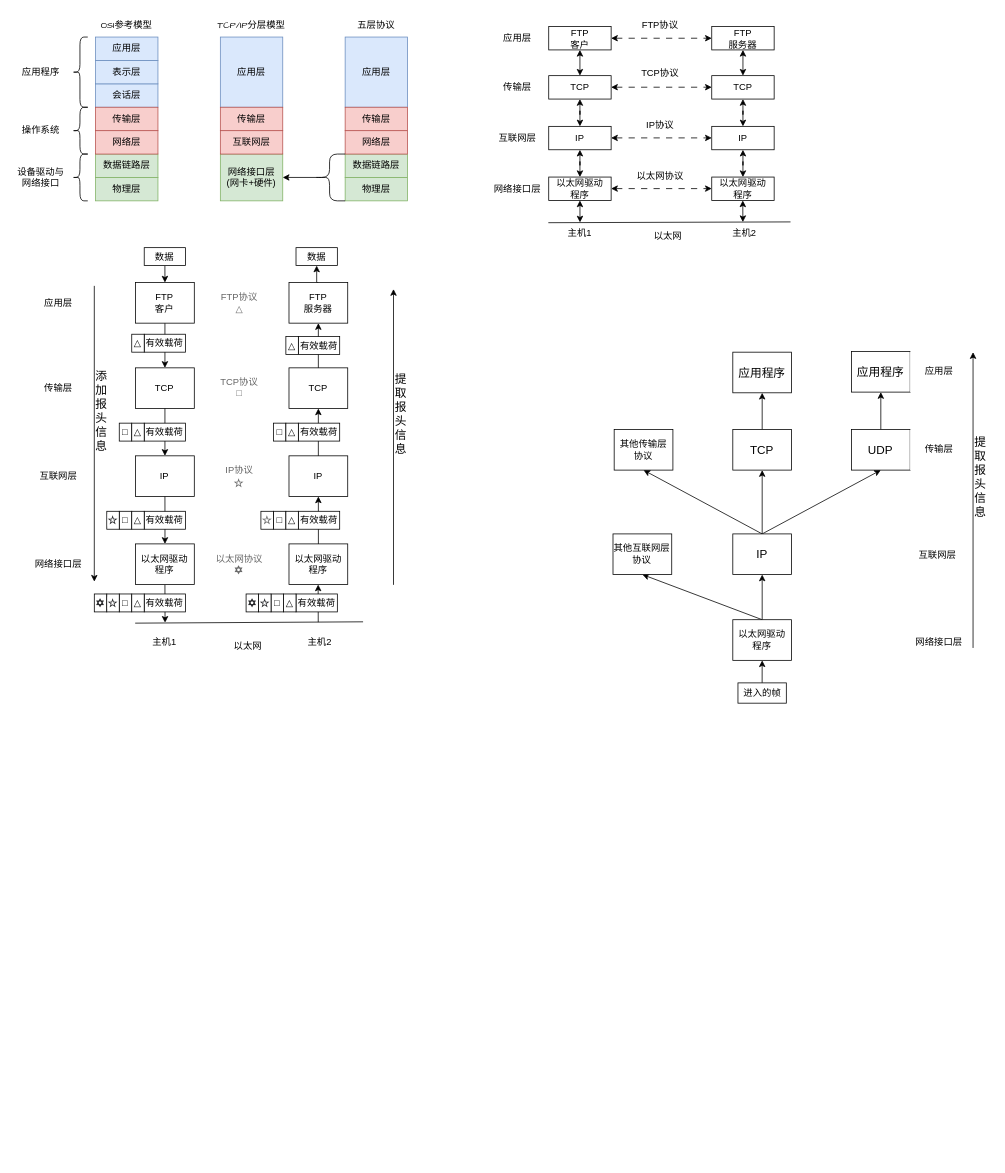
Above: 未命名绘图.drawio in xyshawy/IMG (draw.io), before the change. Source tidied: cells renumbered, new cells numbered last; positions are measured from the earlier drawing's top-left corner, leaving out a move shared by most shapes. Both pictures are drawn from the tidied source at 78%, with x=0, y=0 at pixel (13, 13).
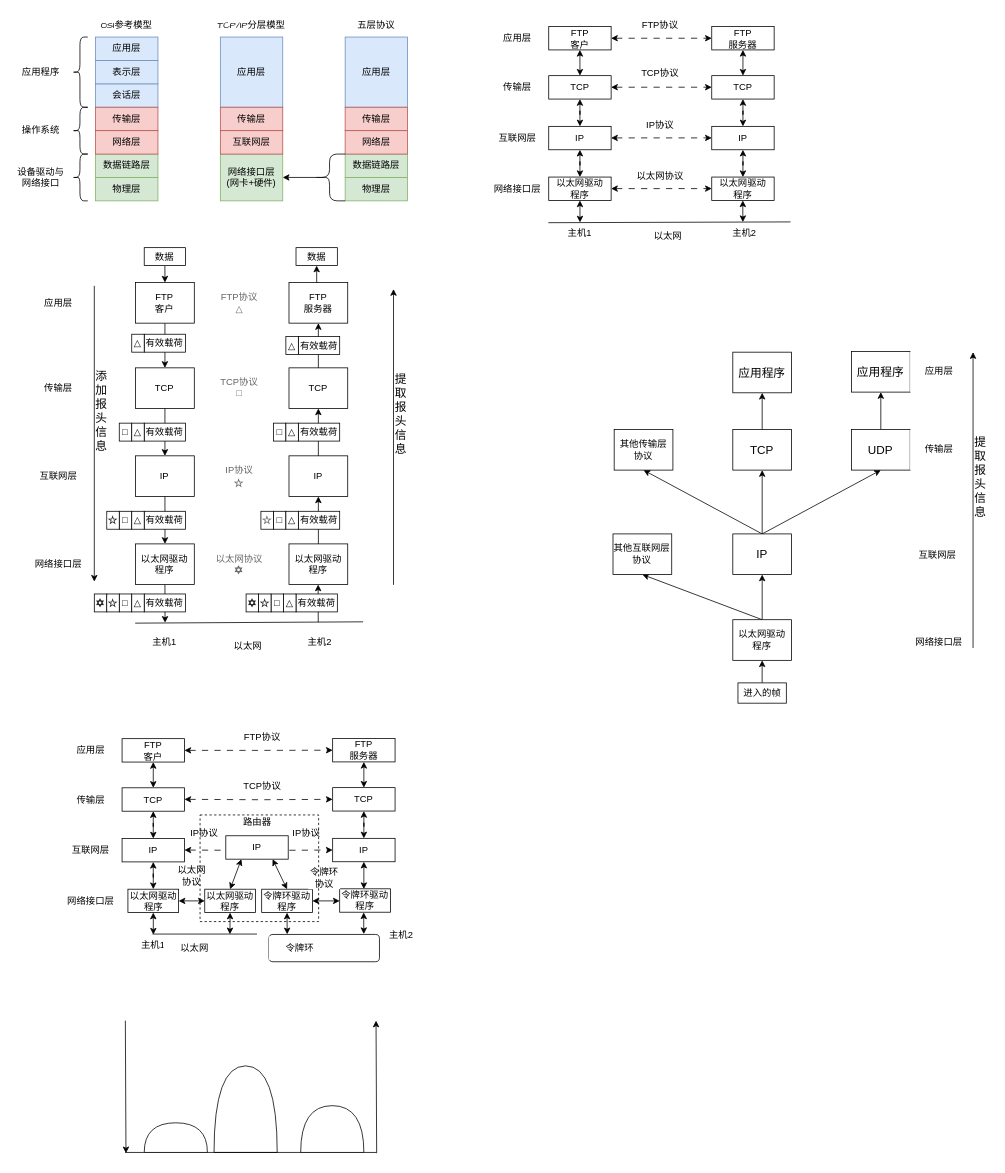
After the change.

Commit message:
更新未命名绘图.drawio

The edit, as a diff of the source:
```diff
@@
+    <mxCell id="152" value="FTP&lt;br&gt;服务器" style="rounded=0;whiteSpace=wrap;html=1;fontFamily=Songti TC;" parent="1" vertex="1">
+      <mxGeometry x="409" y="929.3" width="80" height="30" as="geometry" />
+    </mxCell>
+    <mxCell id="153" value="TCP" style="rounded=0;whiteSpace=wrap;html=1;fontFamily=Songti TC;" parent="1" vertex="1">
+      <mxGeometry x="409" y="992.3" width="80" height="30" as="geometry" />
+    </mxCell>
+    <mxCell id="154" style="rounded=0;jettySize=auto;html=1;startArrow=classic;startFill=1;" parent="1" edge="1" source="152" target="153">
+      <mxGeometry relative="1" as="geometry" />
+    </mxCell>
+    <mxCell id="155" value="IP" style="rounded=0;whiteSpace=wrap;html=1;fontFamily=Songti TC;" parent="1" vertex="1">
+      <mxGeometry x="409" y="1057.3" width="80" height="30" as="geometry" />
+    </mxCell>
+    <mxCell id="156" style="edgeStyle=orthogonalEdgeStyle;rounded=0;jettySize=auto;html=1;startArrow=classic;startFill=1;" parent="1" edge="1" source="153" target="155">
+      <mxGeometry relative="1" as="geometry" />
+    </mxCell>
+    <mxCell id="157" style="edgeStyle=orthogonalEdgeStyle;rounded=0;jettySize=auto;html=1;exitX=0.5;exitY=1;exitDx=0;exitDy=0;startArrow=classic;startFill=1;" parent="1" edge="1" source="155">
+      <mxGeometry relative="1" as="geometry">
+        <mxPoint x="449" y="1122.3" as="targetPoint" />
+      </mxGeometry>
+    </mxCell>
+    <mxCell id="158" style="rounded=0;orthogonalLoop=1;jettySize=auto;html=1;exitX=0.5;exitY=1;exitDx=0;exitDy=0;fontFamily=Songti TC;fontSize=12;fontColor=default;startArrow=classic;startFill=1;" parent="1" edge="1">
+      <mxGeometry relative="1" as="geometry">
+        <mxPoint x="448.9" y="1180" as="sourcePoint" />
+        <mxPoint x="448.8" y="1152.3" as="targetPoint" />
+      </mxGeometry>
+    </mxCell>
+    <mxCell id="159" style="edgeStyle=orthogonalEdgeStyle;rounded=0;jettySize=auto;html=1;exitX=1;exitY=0.5;exitDx=0;exitDy=0;fontFamily=Songti TC;fontSize=12;fontColor=default;startArrow=classic;startFill=1;dashed=1;dashPattern=8 8;" parent="1" edge="1" source="165" target="152">
+      <mxGeometry relative="1" as="geometry" />
+    </mxCell>
+    <mxCell id="160" value="令牌环驱动程序" style="rounded=0;whiteSpace=wrap;html=1;fontFamily=Songti TC;" parent="1" vertex="1">
+      <mxGeometry x="418" y="1122" width="65" height="30" as="geometry" />
+    </mxCell>
+    <mxCell id="161" value="应用层" style="rounded=0;whiteSpace=wrap;html=1;fontFamily=Songti TC;strokeColor=none;" parent="1" vertex="1">
+      <mxGeometry x="59" y="929.5" width="80" height="30" as="geometry" />
+    </mxCell>
+    <mxCell id="162" value="网络接口层&lt;br&gt;" style="rounded=0;whiteSpace=wrap;html=1;fontFamily=Songti TC;strokeColor=none;" parent="1" vertex="1">
+      <mxGeometry x="59" y="1122.5" width="80" height="30" as="geometry" />
+    </mxCell>
+    <mxCell id="163" value="互联网层" style="rounded=0;whiteSpace=wrap;html=1;fontFamily=Songti TC;strokeColor=none;" parent="1" vertex="1">
+      <mxGeometry x="59" y="1057.5" width="80" height="30" as="geometry" />
+    </mxCell>
+    <mxCell id="164" value="传输层" style="rounded=0;whiteSpace=wrap;html=1;fontFamily=Songti TC;strokeColor=none;" parent="1" vertex="1">
+      <mxGeometry x="59" y="992.5" width="80" height="30" as="geometry" />
+    </mxCell>
+    <mxCell id="165" value="FTP&lt;br&gt;客户" style="rounded=0;whiteSpace=wrap;html=1;fontFamily=Songti TC;" parent="1" vertex="1">
+      <mxGeometry x="139" y="929.5" width="80" height="30" as="geometry" />
+    </mxCell>
+    <mxCell id="166" value="TCP" style="rounded=0;whiteSpace=wrap;html=1;fontFamily=Songti TC;" parent="1" vertex="1">
+      <mxGeometry x="139" y="992.5" width="80" height="30" as="geometry" />
+    </mxCell>
+    <mxCell id="167" style="rounded=0;jettySize=auto;html=1;startArrow=classic;startFill=1;" parent="1" edge="1" source="165" target="166">
+      <mxGeometry relative="1" as="geometry" />
+    </mxCell>
+    <mxCell id="168" value="IP" style="rounded=0;whiteSpace=wrap;html=1;fontFamily=Songti TC;" parent="1" vertex="1">
+      <mxGeometry x="139" y="1057.5" width="80" height="30" as="geometry" />
+    </mxCell>
+    <mxCell id="169" style="edgeStyle=orthogonalEdgeStyle;rounded=0;jettySize=auto;html=1;startArrow=classic;startFill=1;" parent="1" edge="1" source="166" target="168">
+      <mxGeometry relative="1" as="geometry" />
+    </mxCell>
+    <mxCell id="170" style="rounded=0;jettySize=auto;html=1;exitX=0.5;exitY=1;exitDx=0;exitDy=0;fontFamily=Songti TC;fontSize=12;fontColor=default;startArrow=classic;startFill=1;" parent="1" edge="1" source="172">
+      <mxGeometry relative="1" as="geometry">
+        <mxPoint x="179.1" y="1180.7" as="targetPoint" />
+      </mxGeometry>
+    </mxCell>
+    <mxCell id="171" style="edgeStyle=orthogonalEdgeStyle;rounded=0;jettySize=auto;html=1;exitX=1;exitY=0.5;exitDx=0;exitDy=0;entryX=0;entryY=0.5;entryDx=0;entryDy=0;startArrow=classic;startFill=1;" parent="1" edge="1" source="172" target="187">
+      <mxGeometry relative="1" as="geometry" />
+    </mxCell>
+    <mxCell id="172" value="以太网驱动&lt;br&gt;程序" style="rounded=0;whiteSpace=wrap;html=1;fontFamily=Songti TC;" parent="1" vertex="1">
+      <mxGeometry x="146.5" y="1122.5" width="65" height="30" as="geometry" />
+    </mxCell>
+    <mxCell id="173" style="edgeStyle=orthogonalEdgeStyle;rounded=0;jettySize=auto;html=1;exitX=0.5;exitY=1;exitDx=0;exitDy=0;startArrow=classic;startFill=1;" parent="1" edge="1" source="168" target="172">
+      <mxGeometry relative="1" as="geometry" />
+    </mxCell>
+    <mxCell id="174" style="edgeStyle=orthogonalEdgeStyle;rounded=0;jettySize=auto;html=1;exitX=1;exitY=0.5;exitDx=0;exitDy=0;fontFamily=Songti TC;fontSize=12;fontColor=default;startArrow=classic;startFill=1;dashed=1;dashPattern=8 8;entryX=0;entryY=0.5;entryDx=0;entryDy=0;" parent="1" edge="1" target="153">
+      <mxGeometry relative="1" as="geometry">
+        <mxPoint x="219" y="1007.3" as="sourcePoint" />
+      </mxGeometry>
+    </mxCell>
+    <mxCell id="175" style="edgeStyle=orthogonalEdgeStyle;rounded=0;jettySize=auto;html=1;exitX=1;exitY=0.5;exitDx=0;exitDy=0;fontFamily=Songti TC;fontSize=12;fontColor=default;startArrow=classic;startFill=1;dashed=1;dashPattern=8 8;entryX=0;entryY=0.5;entryDx=0;entryDy=0;" parent="1" edge="1" target="155">
+      <mxGeometry relative="1" as="geometry">
+        <mxPoint x="219" y="1072.3" as="sourcePoint" />
+      </mxGeometry>
+    </mxCell>
+    <mxCell id="176" value="FTP协议" style="rounded=0;whiteSpace=wrap;html=1;fontFamily=Songti TC;strokeColor=none;" parent="1" vertex="1">
+      <mxGeometry x="279" y="913" width="80" height="30" as="geometry" />
+    </mxCell>
+    <mxCell id="177" value="TCP协议" style="rounded=0;whiteSpace=wrap;html=1;fontFamily=Songti TC;strokeColor=none;" parent="1" vertex="1">
+      <mxGeometry x="279" y="975" width="80" height="30" as="geometry" />
+    </mxCell>
+    <mxCell id="178" value="IP协议" style="rounded=0;whiteSpace=wrap;html=1;fontFamily=Songti TC;strokeColor=none;" parent="1" vertex="1">
+      <mxGeometry x="224" y="1036" width="41" height="30" as="geometry" />
+    </mxCell>
+    <mxCell id="179" value="主机1" style="rounded=0;whiteSpace=wrap;html=1;fontFamily=Songti TC;strokeColor=none;" parent="1" vertex="1">
+      <mxGeometry x="139" y="1180" width="80" height="30" as="geometry" />
+    </mxCell>
+    <mxCell id="180" value="主机2" style="rounded=0;whiteSpace=wrap;html=1;fontFamily=Songti TC;strokeColor=none;" parent="1" vertex="1">
+      <mxGeometry x="457" y="1166" width="80" height="30" as="geometry" />
+    </mxCell>
+    <mxCell id="181" style="endArrow=none;html=1;rounded=0;fontFamily=Songti TC;fontSize=12;fontColor=default;" parent="1" edge="1">
+      <mxGeometry relative="1" as="geometry">
+        <mxPoint x="178" y="1180" as="sourcePoint" />
+        <mxPoint x="312" y="1180" as="targetPoint" />
+      </mxGeometry>
+    </mxCell>
+    <mxCell id="182" value="以太网" style="rounded=0;whiteSpace=wrap;html=1;fontFamily=Songti TC;strokeColor=none;" parent="1" vertex="1">
+      <mxGeometry x="192" y="1183" width="80" height="30" as="geometry" />
+    </mxCell>
+    <mxCell id="183" style="rounded=0;jettySize=auto;html=1;exitX=0.75;exitY=1;exitDx=0;exitDy=0;entryX=0.5;entryY=0;entryDx=0;entryDy=0;startArrow=classic;startFill=1;" parent="1" edge="1" source="184" target="190">
+      <mxGeometry relative="1" as="geometry" />
+    </mxCell>
+    <mxCell id="184" value="IP" style="rounded=0;whiteSpace=wrap;html=1;fontFamily=Songti TC;" parent="1" vertex="1">
+      <mxGeometry x="272" y="1054" width="80" height="30" as="geometry" />
+    </mxCell>
+    <mxCell id="185" style="edgeStyle=orthogonalEdgeStyle;rounded=0;jettySize=auto;html=1;exitX=0.5;exitY=1;exitDx=0;exitDy=0;entryX=0.5;entryY=1;entryDx=0;entryDy=0;startArrow=classic;startFill=1;" parent="1" edge="1" target="187">
+      <mxGeometry relative="1" as="geometry">
+        <mxPoint x="277.3" y="1180.3" as="sourcePoint" />
+      </mxGeometry>
+    </mxCell>
+    <mxCell id="186" style="rounded=0;jettySize=auto;html=1;exitX=0.5;exitY=0;exitDx=0;exitDy=0;entryX=0.25;entryY=1;entryDx=0;entryDy=0;startArrow=classic;startFill=1;" parent="1" edge="1" source="187" target="184">
+      <mxGeometry relative="1" as="geometry" />
+    </mxCell>
+    <mxCell id="187" value="以太网驱动&lt;br&gt;程序" style="rounded=0;whiteSpace=wrap;html=1;fontFamily=Songti TC;" parent="1" vertex="1">
+      <mxGeometry x="245" y="1122.5" width="65" height="30" as="geometry" />
+    </mxCell>
+    <mxCell id="188" style="edgeStyle=orthogonalEdgeStyle;rounded=0;jettySize=auto;html=1;exitX=0.5;exitY=1;exitDx=0;exitDy=0;entryX=0.165;entryY=-0.005;entryDx=0;entryDy=0;entryPerimeter=0;startArrow=classic;startFill=1;" parent="1" edge="1" source="190" target="192">
+      <mxGeometry relative="1" as="geometry" />
+    </mxCell>
+    <mxCell id="189" style="edgeStyle=orthogonalEdgeStyle;rounded=0;jettySize=auto;html=1;exitX=1;exitY=0.5;exitDx=0;exitDy=0;entryX=0;entryY=0.5;entryDx=0;entryDy=0;startArrow=classic;startFill=1;" parent="1" edge="1" source="190" target="160">
+      <mxGeometry relative="1" as="geometry" />
+    </mxCell>
+    <mxCell id="190" value="令牌环驱动程序" style="rounded=0;whiteSpace=wrap;html=1;fontFamily=Songti TC;" parent="1" vertex="1">
+      <mxGeometry x="318" y="1122.5" width="65" height="30" as="geometry" />
+    </mxCell>
+    <mxCell id="191" value="路由器" style="rounded=0;whiteSpace=wrap;html=1;fontFamily=Songti TC;strokeColor=none;" parent="1" vertex="1">
+      <mxGeometry x="292" y="1022.3" width="41" height="30" as="geometry" />
+    </mxCell>
+    <mxCell id="192" style="rounded=1;whiteSpace=wrap;html=1;" parent="1" vertex="1">
+      <mxGeometry x="327.3" y="1180.5" width="141.7" height="35" as="geometry" />
+    </mxCell>
+    <mxCell id="193" value="令牌环" style="rounded=0;whiteSpace=wrap;html=1;fontFamily=Songti TC;strokeColor=none;" parent="1" vertex="1">
+      <mxGeometry x="327.3" y="1183" width="80" height="30" as="geometry" />
+    </mxCell>
+    <mxCell id="194" value="IP协议" style="rounded=0;whiteSpace=wrap;html=1;fontFamily=Songti TC;strokeColor=none;" parent="1" vertex="1">
+      <mxGeometry x="354.8" y="1036" width="41" height="30" as="geometry" />
+    </mxCell>
+    <mxCell id="195" value="以太网协议" style="rounded=0;whiteSpace=wrap;html=1;fontFamily=Songti TC;strokeColor=none;" parent="1" vertex="1">
+      <mxGeometry x="208" y="1090" width="41" height="30" as="geometry" />
+    </mxCell>
+    <mxCell id="196" value="令牌环协议" style="rounded=0;whiteSpace=wrap;html=1;fontFamily=Songti TC;strokeColor=none;" parent="1" vertex="1">
+      <mxGeometry x="377.6" y="1092.5" width="41" height="30" as="geometry" />
+    </mxCell>
+    <mxCell id="197" style="rounded=0;whiteSpace=wrap;html=1;fillColor=none;dashed=1;" parent="1" vertex="1">
+      <mxGeometry x="239" y="1027.3" width="152" height="136.7" as="geometry" />
+    </mxCell>
+    <mxCell id="198" style="endArrow=classic;html=1;rounded=0;" parent="1" edge="1">
+      <mxGeometry relative="1" as="geometry">
+        <mxPoint x="143.2" y="1291" as="sourcePoint" />
+        <mxPoint x="144" y="1461" as="targetPoint" />
+      </mxGeometry>
+    </mxCell>
+    <mxCell id="199" style="endArrow=classic;html=1;rounded=0;" parent="1" edge="1">
+      <mxGeometry relative="1" as="geometry">
+        <mxPoint x="465.4" y="1461" as="sourcePoint" />
+        <mxPoint x="464.6" y="1291" as="targetPoint" />
+      </mxGeometry>
+    </mxCell>
+    <mxCell id="200" style="shape=or;whiteSpace=wrap;html=1;direction=north;" parent="1" vertex="1">
+      <mxGeometry x="256.9" y="1349" width="81" height="111" as="geometry" />
+    </mxCell>
+    <mxCell id="201" style="endArrow=none;html=1;rounded=0;" parent="1" edge="1">
+      <mxGeometry relative="1" as="geometry">
+        <mxPoint x="143" y="1460" as="sourcePoint" />
+        <mxPoint x="465" y="1460" as="targetPoint" />
+      </mxGeometry>
+    </mxCell>
+    <mxCell id="202" style="shape=or;whiteSpace=wrap;html=1;direction=north;" parent="1" vertex="1">
+      <mxGeometry x="167.4" y="1422" width="81" height="38" as="geometry" />
+    </mxCell>
+    <mxCell id="203" style="shape=or;whiteSpace=wrap;html=1;direction=north;" parent="1" vertex="1">
+      <mxGeometry x="368" y="1400" width="81" height="60" as="geometry" />
+    </mxCell>
```
